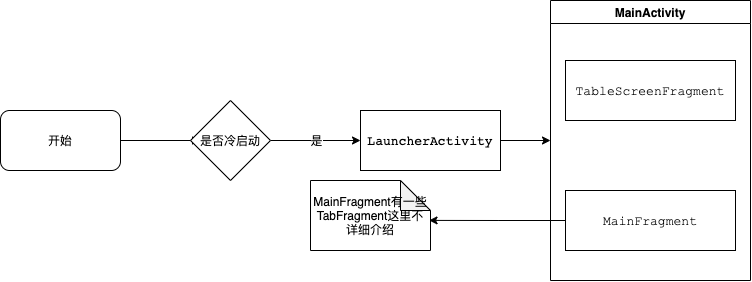
This is moji/开屏广告.png from HengqianSong/drawIO, a draw.io export, as it was before one commit. Source tidied: cells renumbered, new cells last; positions are measured from the earlier drawing's top-left corner, leaving out a move shared by most shapes.
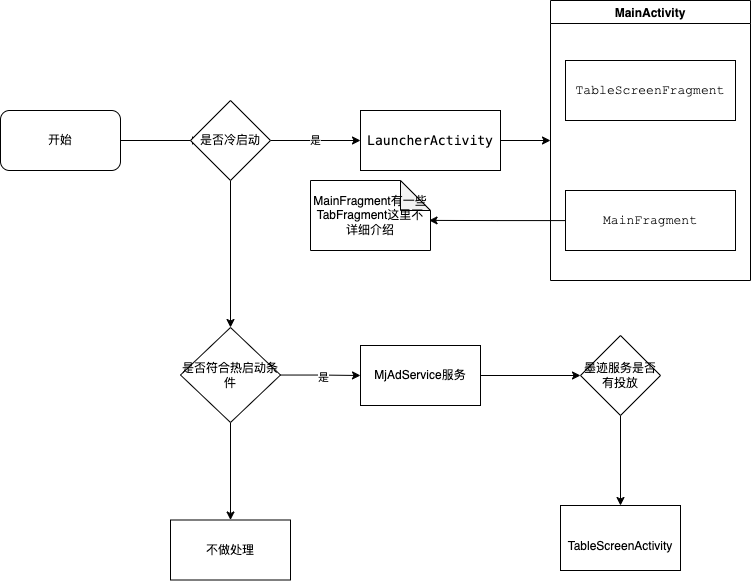
After the commit.

Commit message:
更新开屏广告.png

Change to the diagram source:
```diff
@@ -32,8 +32,43 @@
     <mxCell id="11" value="是" style="edgeStyle=orthogonalEdgeStyle;rounded=0;jettySize=auto;html=1;" parent="1" edge="1" source="12" target="5">
       <mxGeometry relative="1" as="geometry" />
     </mxCell>
+    <mxCell id="13" style="edgeStyle=orthogonalEdgeStyle;rounded=0;jettySize=auto;html=1;" parent="1" edge="1" source="12" target="19">
+      <mxGeometry relative="1" as="geometry" />
+    </mxCell>
     <mxCell id="12" value="是否冷启动" style="rhombus;whiteSpace=wrap;html=1;strokeColor=#000000;" parent="1" vertex="1">
       <mxGeometry x="190" y="100" width="80" height="80" as="geometry" />
     </mxCell>
+    <mxCell id="14" style="edgeStyle=orthogonalEdgeStyle;rounded=0;jettySize=auto;html=1;" parent="1" edge="1" source="15" target="22">
+      <mxGeometry relative="1" as="geometry" />
+    </mxCell>
+    <mxCell id="15" value="MjAdService服务" style="rounded=0;whiteSpace=wrap;html=1;" parent="1" vertex="1">
+      <mxGeometry x="360" y="345" width="120" height="60" as="geometry" />
+    </mxCell>
+    <mxCell id="16" style="edgeStyle=orthogonalEdgeStyle;rounded=0;jettySize=auto;html=1;entryX=0;entryY=0.5;entryDx=0;entryDy=0;" parent="1" edge="1" source="19" target="15">
+      <mxGeometry relative="1" as="geometry" />
+    </mxCell>
+    <mxCell id="17" value="是" style="edgeLabel;html=1;align=center;verticalAlign=middle;" parent="16" vertex="1">
+      <mxGeometry x="0.02" y="-1" relative="1" as="geometry">
+        <mxPoint x="1" as="offset" />
+      </mxGeometry>
+    </mxCell>
+    <mxCell id="18" style="edgeStyle=orthogonalEdgeStyle;rounded=0;jettySize=auto;html=1;" parent="1" edge="1" source="19" target="20">
+      <mxGeometry relative="1" as="geometry" />
+    </mxCell>
+    <mxCell id="19" value="是否符合热启动条件" style="rhombus;whiteSpace=wrap;html=1;strokeColor=#000000;" parent="1" vertex="1">
+      <mxGeometry x="180" y="327" width="100" height="95" as="geometry" />
+    </mxCell>
+    <mxCell id="20" value="不做处理" style="whiteSpace=wrap;html=1;strokeColor=#000000;" parent="1" vertex="1">
+      <mxGeometry x="170" y="519.5" width="120" height="60" as="geometry" />
+    </mxCell>
+    <mxCell id="21" style="edgeStyle=orthogonalEdgeStyle;rounded=0;jettySize=auto;html=1;" parent="1" edge="1" source="22" target="23">
+      <mxGeometry relative="1" as="geometry" />
+    </mxCell>
+    <mxCell id="22" value="墨迹服务是否有投放" style="rhombus;whiteSpace=wrap;html=1;rounded=0;" parent="1" vertex="1">
+      <mxGeometry x="580" y="335" width="80" height="80" as="geometry" />
+    </mxCell>
+    <mxCell id="23" value="&lt;br&gt;&lt;br&gt;TableScreenActivity&lt;br&gt;&lt;br&gt;" style="whiteSpace=wrap;html=1;rounded=0;" parent="1" vertex="1">
+      <mxGeometry x="560" y="505" width="120" height="65" as="geometry" />
+    </mxCell>
   </root>
 </mxGraphModel>
```
